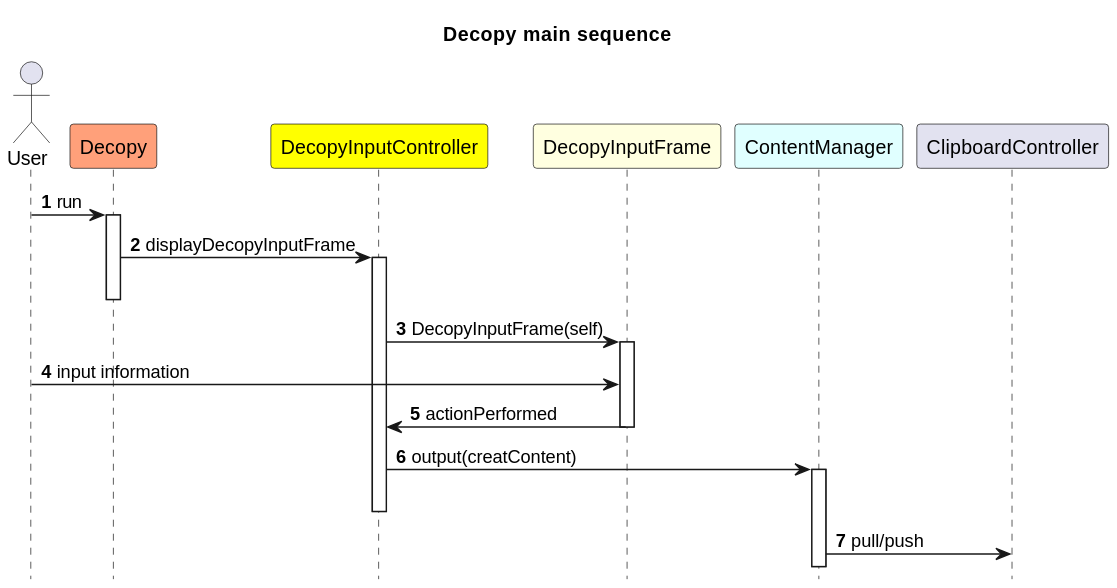
The PlantUML diagram out/design/sequence/Decopy.svg in ryokow/Decopy, before a commit.
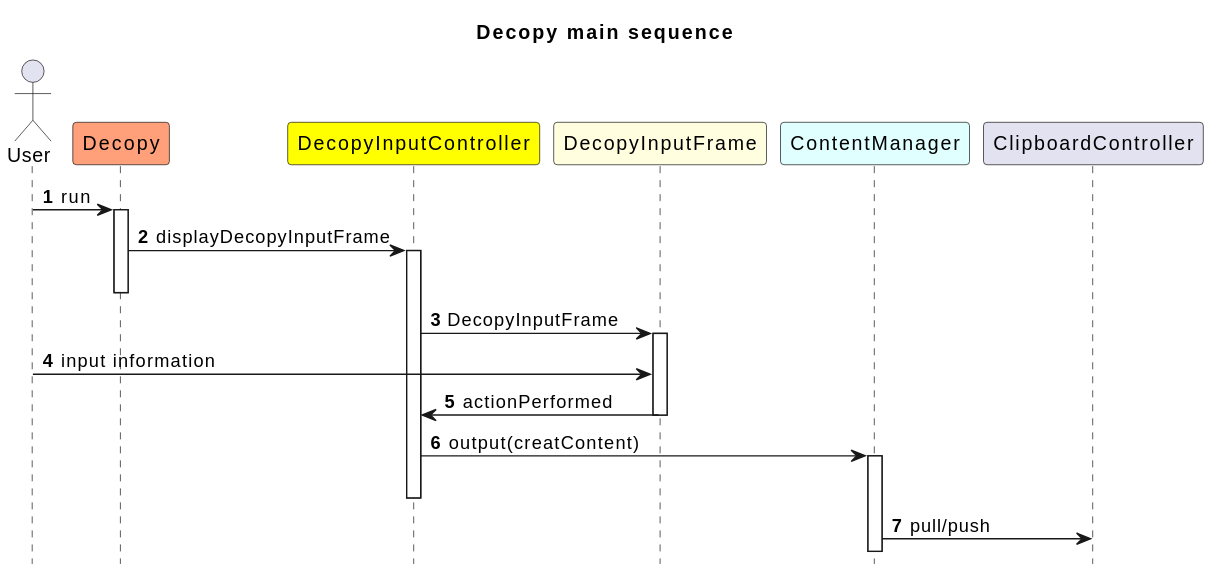
After the commit.

Commit message:
Update: UML diagram

The edit, as a diff of the source:
```diff
@@ -1,5 +1,4 @@
-@startuml Decopy
-
+@startuml
 title Decopy main sequence
 hide footbox
 autonumber
@@ -16,7 +15,7 @@
 d -> dic: displayDecopyInputFrame
 activate dic
 deactivate d
-dic -> dif: DecopyInputFrame(self)
+dic -> dif: DecopyInputFrame
 activate dif
 u -> dif: input information
 dif -> dic: actionPerformed
@@ -25,5 +24,4 @@
 activate cm
 deactivate dic
 cm -> cbc: pull/push
-
 @enduml
```
